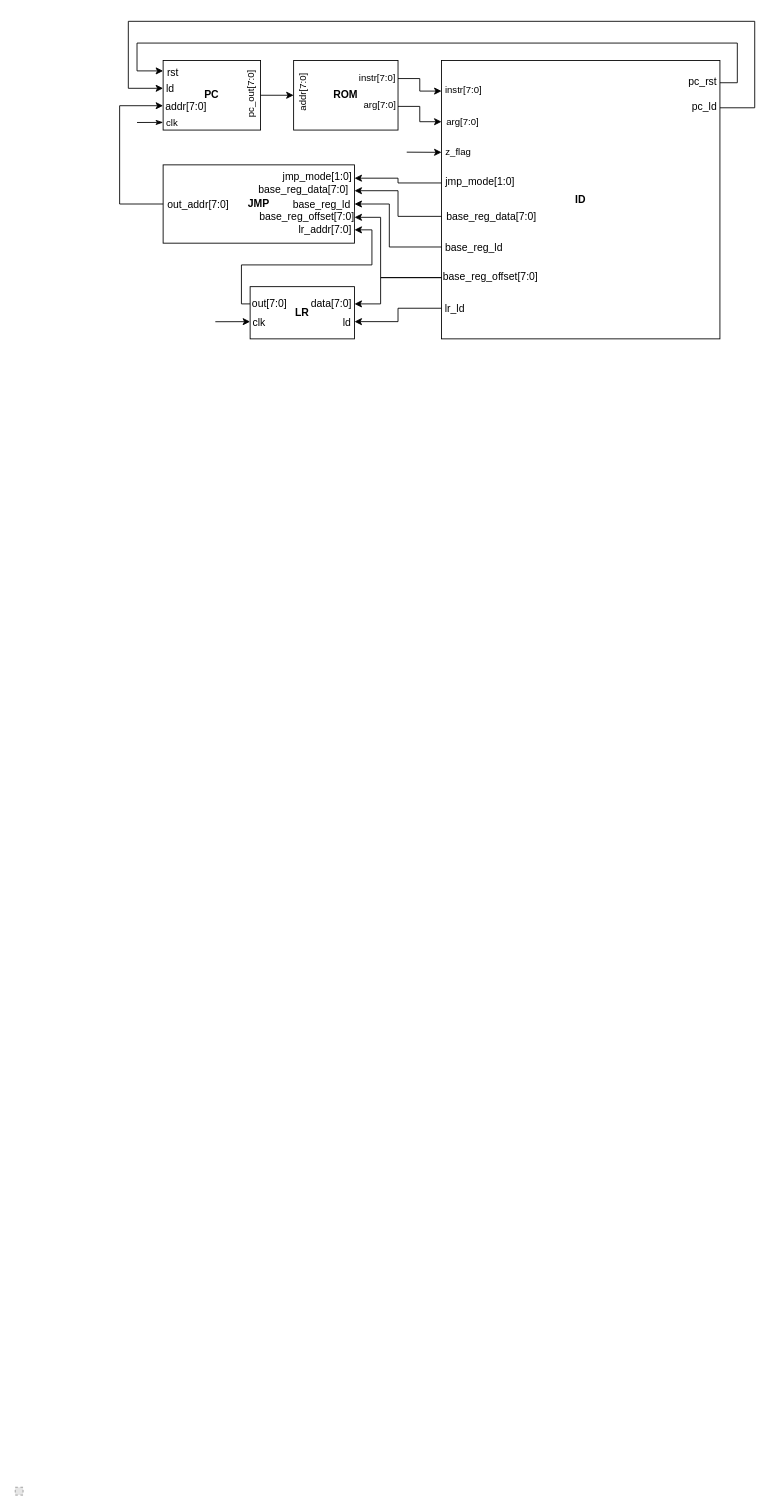
The draw.io diagram Docs/cpu.drawio in orszoooo/OneCycleCPU, before the edit. Source tidied: cells renumbered, new cells numbered last; positions are measured from the earlier drawing's top-left corner, leaving out a move shared by most shapes. Both pictures are drawn from the tidied source at 87%, with x=0, y=0 at pixel (15, 21). Pictures stored in the file or linked from it are replaced by grey dashed boxes.
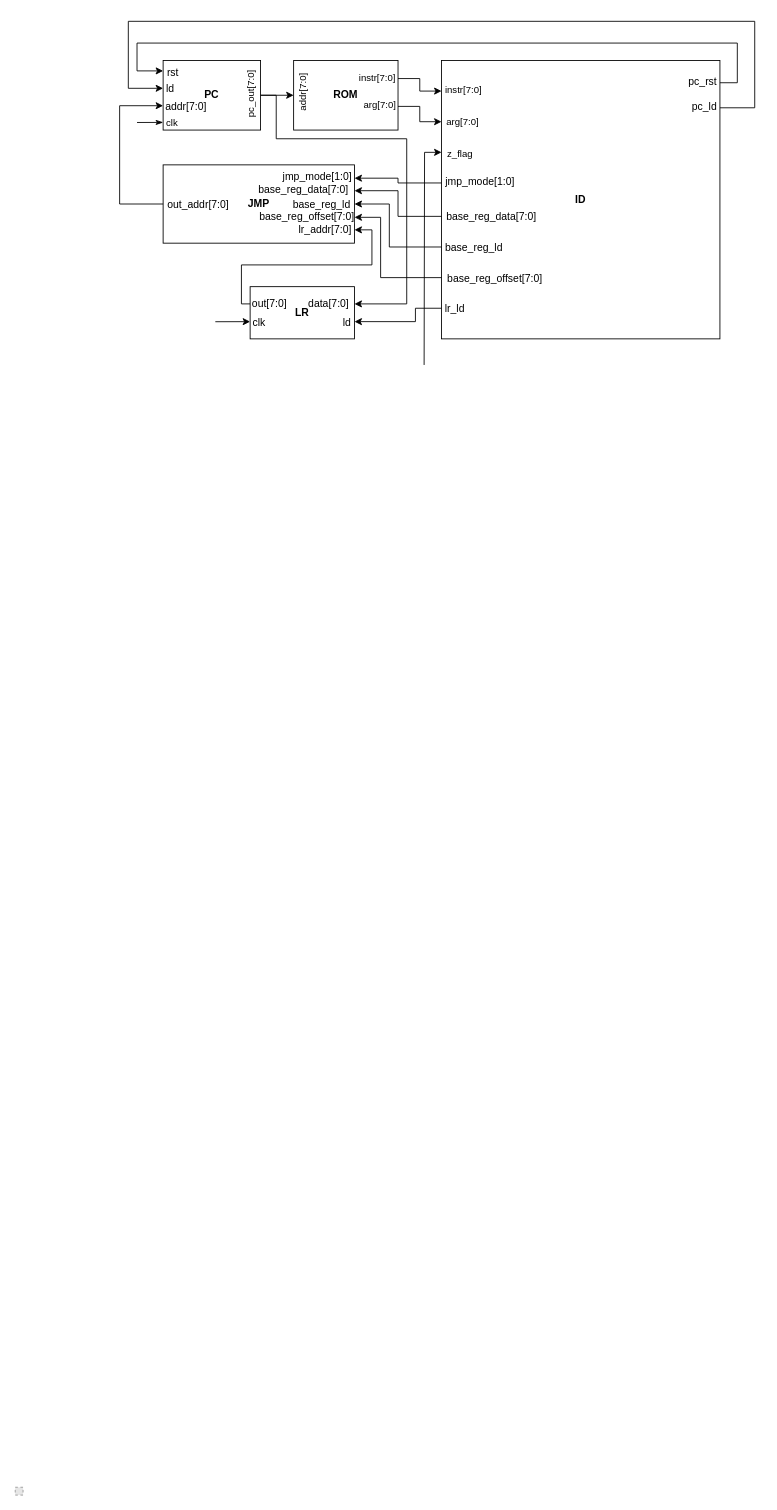
After the change.

Unchanged cells that the change refers to:
```xml
<mxCell id="2" value="&lt;p&gt;&lt;span&gt;ID&lt;/span&gt;&lt;/p&gt;" style="rounded=0;whiteSpace=wrap;html=1;points=[[0,0.11,0,0,0],[0,0.22,0,0,0],[0,0.33,0,0,0],[0,0.44,0,0,0],[0,0.56,0,0,0],[0,0.67,0,0,0],[0,0.78,0,0,0],[0,0.89,0,0,0],[1,0.08,0,0,0],[1,0.17,0,0,0],[1,0.25,0,0,0],[1,0.33,0,0,0],[1,0.42,0,0,0],[1,0.5,0,0,0],[1,0.58,0,0,0],[1,0.67,0,0,0],[1,0.75,0,0,0],[1,0.83,0,0,0],[1,0.92,0,0,0]];fontStyle=1;" parent="1" vertex="1">
  <mxGeometry x="490" y="45" width="320" height="320" as="geometry" />
</mxCell>
<mxCell id="3" value="&lt;span&gt;PC&lt;/span&gt;" style="rounded=0;whiteSpace=wrap;html=1;points=[[0,0.15,0,0,0],[0,0.4,0,0,0],[0,0.65,0,0,0],[0,0.89,0,0,0],[1,0.5,0,0,0]];fontStyle=1;" parent="1" vertex="1">
  <mxGeometry x="170" y="45" width="112" height="80" as="geometry" />
</mxCell>
<mxCell id="11" style="edgeStyle=orthogonalEdgeStyle;sketch=0;hachureGap=4;jiggle=2;curveFitting=1;html=1;exitX=0;exitY=0.78;exitDx=0;exitDy=0;exitPerimeter=0;entryX=1;entryY=0.67;entryDx=0;entryDy=0;entryPerimeter=0;fontFamily=Helvetica;fontSize=12;fontColor=default;startArrow=none;startFill=0;endArrow=classic;endFill=1;rounded=0;" parent="1" edge="1" source="2" target="7">
  <mxGeometry relative="1" as="geometry">
    <Array as="points">
      <mxPoint x="420" y="295" />
      <mxPoint x="420" y="225" />
    </Array>
  </mxGeometry>
</mxCell>
```

What changed in the source:
```diff
@@
+    <mxCell id="16" value="&lt;p style=&quot;font-size: 12px;&quot;&gt;&lt;font style=&quot;font-size: 12px;&quot;&gt;&lt;span style=&quot;font-size: 12px;&quot;&gt;LR&lt;/span&gt;&lt;/font&gt;&lt;/p&gt;" style="rounded=0;whiteSpace=wrap;html=1;hachureGap=4;fontFamily=Helvetica;fontSize=12;points=[[0,0.33,0,0,0],[0,0.67,0,0,0],[1,0.33,0,0,0],[1,0.67,0,0,0]];fontStyle=1;" parent="1" vertex="1">
+      <mxGeometry x="270" y="305" width="120" height="60" as="geometry" />
+    </mxCell>
+    <mxCell id="52" style="edgeStyle=orthogonalEdgeStyle;rounded=0;sketch=0;hachureGap=4;jiggle=2;curveFitting=1;html=1;exitX=1;exitY=0.5;exitDx=0;exitDy=0;exitPerimeter=0;entryX=1;entryY=0.33;entryDx=0;entryDy=0;entryPerimeter=0;fontFamily=Helvetica;fontSize=12;fontColor=default;startArrow=none;startFill=0;endArrow=classic;endFill=1;" parent="1" edge="1" source="3" target="16">
+      <mxGeometry relative="1" as="geometry">
+        <Array as="points">
+          <mxPoint x="300" y="85" />
+          <mxPoint x="300" y="135" />
+          <mxPoint x="450" y="135" />
+          <mxPoint x="450" y="325" />
+        </Array>
+      </mxGeometry>
+    </mxCell>
+    <mxCell id="27" value="data[7:0]" style="edgeLabel;html=1;align=center;verticalAlign=middle;fontSize=12;fontFamily=Helvetica;fontColor=default;" parent="52" vertex="1">
+      <mxGeometry x="0.93" y="1" relative="1" as="geometry">
+        <mxPoint x="-47" y="-1" as="offset" />
+      </mxGeometry>
+    </mxCell>
@@
+    <mxCell id="28" value="base_reg_offset[7:0]" style="edgeLabel;html=1;align=center;verticalAlign=middle;fontSize=12;fontFamily=Helvetica;fontColor=default;" parent="11" vertex="1">
+      <mxGeometry x="-0.39" y="1" relative="1" as="geometry">
+        <mxPoint x="112" as="offset" />
+      </mxGeometry>
+    </mxCell>
@@
-    <mxCell id="16" value="&lt;p style=&quot;font-size: 12px;&quot;&gt;&lt;font style=&quot;font-size: 12px;&quot;&gt;&lt;span style=&quot;font-size: 12px;&quot;&gt;LR&lt;/span&gt;&lt;/font&gt;&lt;/p&gt;" style="rounded=0;whiteSpace=wrap;html=1;hachureGap=4;fontFamily=Helvetica;fontSize=12;points=[[0,0.33,0,0,0],[0,0.67,0,0,0],[1,0.33,0,0,0],[1,0.67,0,0,0]];fontStyle=1;" parent="1" vertex="1">
-      <mxGeometry x="270" y="305" width="120" height="60" as="geometry" />
-    </mxCell>
@@
-    <mxCell id="26" style="edgeStyle=orthogonalEdgeStyle;rounded=0;html=1;exitX=0;exitY=0.78;exitDx=0;exitDy=0;exitPerimeter=0;startArrow=none;startFill=0;endArrow=classic;endFill=1;entryX=1;entryY=0.33;entryDx=0;entryDy=0;entryPerimeter=0;" parent="1" edge="1" source="2" target="16">
-      <mxGeometry relative="1" as="geometry">
-        <Array as="points">
-          <mxPoint x="420" y="295" />
-          <mxPoint x="420" y="325" />
-        </Array>
-      </mxGeometry>
-    </mxCell>
-    <mxCell id="27" value="data[7:0]" style="edgeLabel;html=1;align=center;verticalAlign=middle;fontSize=12;fontFamily=Helvetica;fontColor=default;" parent="26" vertex="1">
-      <mxGeometry x="0.75" relative="1" as="geometry">
-        <mxPoint x="-44" as="offset" />
-      </mxGeometry>
-    </mxCell>
-    <mxCell id="28" value="base_reg_offset[7:0]" style="edgeLabel;html=1;align=center;verticalAlign=middle;fontSize=12;fontFamily=Helvetica;fontColor=default;" parent="26" vertex="1">
-      <mxGeometry x="-0.35" y="-1" relative="1" as="geometry">
-        <mxPoint x="97" as="offset" />
-      </mxGeometry>
-    </mxCell>
     <mxCell id="29" style="edgeStyle=orthogonalEdgeStyle;rounded=0;html=1;exitX=0;exitY=0.89;exitDx=0;exitDy=0;exitPerimeter=0;startArrow=none;startFill=0;endArrow=classic;endFill=1;entryX=1;entryY=0.67;entryDx=0;entryDy=0;entryPerimeter=0;" parent="1" edge="1" source="2" target="16">
-      <mxGeometry relative="1" as="geometry" />
+      <mxGeometry relative="1" as="geometry">
+        <Array as="points">
+          <mxPoint x="460" y="330" />
+          <mxPoint x="460" y="345" />
+        </Array>
+      </mxGeometry>
     </mxCell>
@@
-    <mxCell id="32" style="edgeStyle=none;html=1;exitX=0;exitY=0.33;exitDx=0;exitDy=0;exitPerimeter=0;startArrow=classic;startFill=1;endArrow=none;endFill=0;" parent="1" edge="1" source="2">
+    <mxCell id="32" style="edgeStyle=orthogonalEdgeStyle;html=1;exitX=0;exitY=0.33;exitDx=0;exitDy=0;exitPerimeter=0;startArrow=classic;startFill=1;endArrow=none;endFill=0;rounded=0;" parent="1" edge="1" source="2">
       <mxGeometry relative="1" as="geometry">
-        <mxPoint x="450" y="150.4" as="targetPoint" />
+        <mxPoint x="470" y="395" as="targetPoint" />
       </mxGeometry>
     </mxCell>
     <mxCell id="33" value="z_flag" style="edgeLabel;html=1;align=center;verticalAlign=middle;" parent="32" vertex="1">
       <mxGeometry x="0.39" y="2" relative="1" as="geometry">
-        <mxPoint x="47" y="-3" as="offset" />
+        <mxPoint x="38" y="-163" as="offset" />
       </mxGeometry>
     </mxCell>
```
